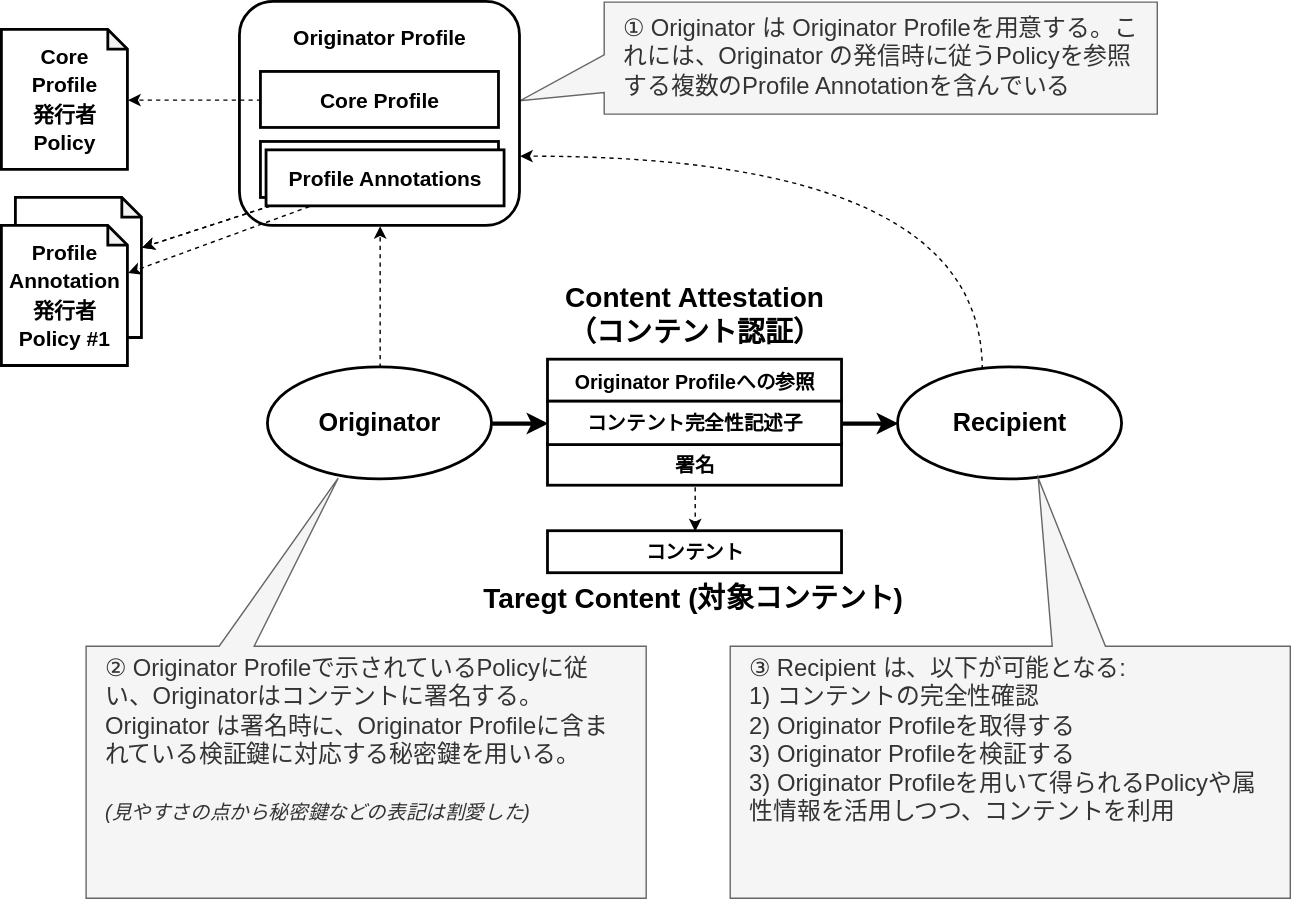
The draw.io diagram Drawings/Architecture-Content_Attestation.ja.drawio.svg in originator-profile/doc-opf-architectural-overview, before a commit. Source tidied: cells renumbered, new cells last; positions are measured from the earlier drawing's top-left corner, leaving out a move shared by most shapes.
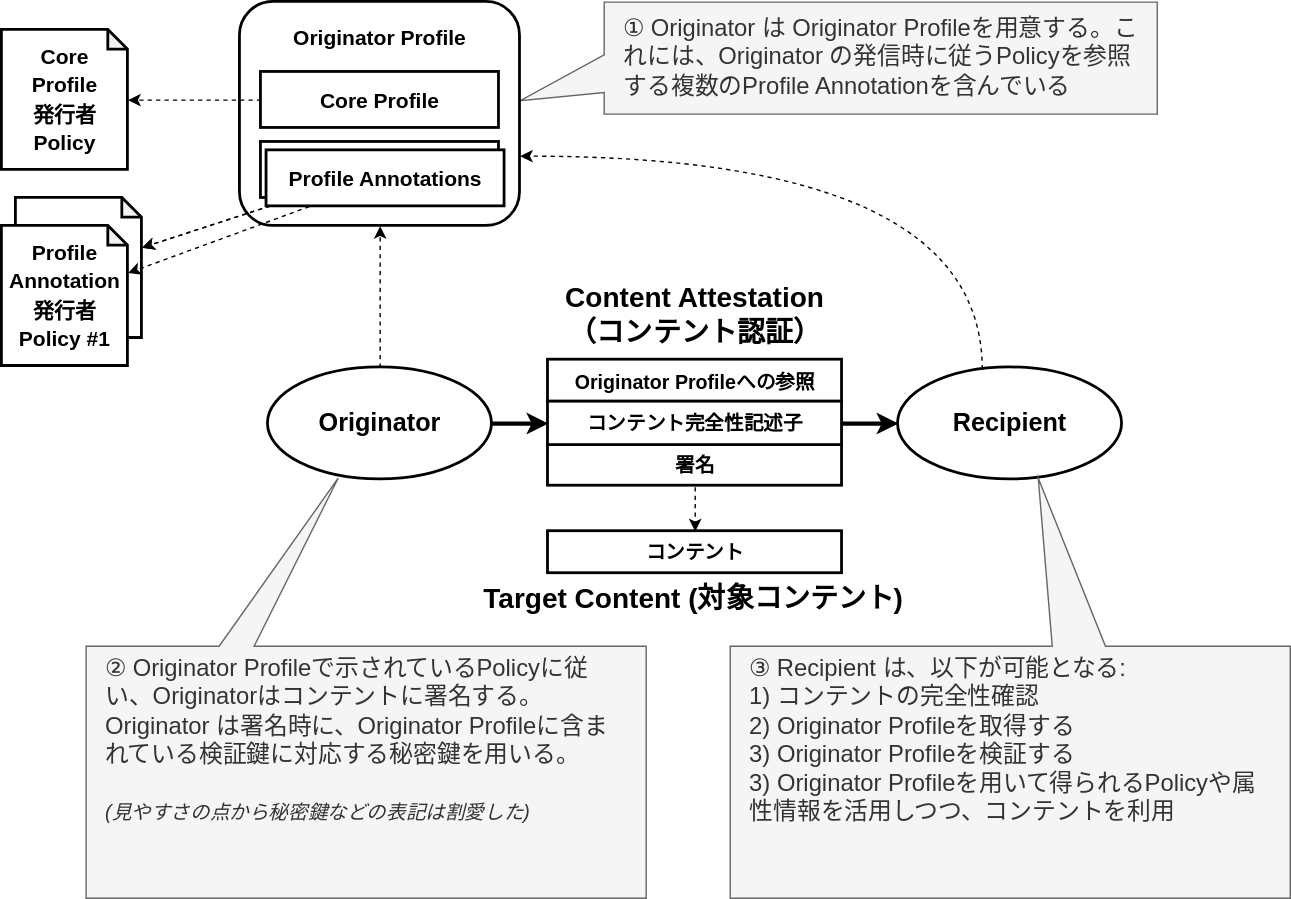
The same file after the commit.

Commit message:
Typo fix on CA drawings

Diff of the diagram source:
```diff
@@ -81,7 +81,7 @@
     <mxCell id="26" value="署名" style="rounded=0;whiteSpace=wrap;html=1;fontStyle=1;fontSize=14;strokeWidth=2;" parent="1" vertex="1">
       <mxGeometry x="390" y="315.5" width="210" height="30" as="geometry" />
     </mxCell>
-    <mxCell id="27" value="&lt;b&gt;Taregt Content (対象コンテント)&lt;/b&gt;" style="text;html=1;align=center;verticalAlign=middle;whiteSpace=wrap;rounded=0;fontSize=20;" parent="1" vertex="1">
+    <mxCell id="27" value="&lt;b&gt;Target Content (対象コンテント)&lt;/b&gt;" style="text;html=1;align=center;verticalAlign=middle;whiteSpace=wrap;rounded=0;fontSize=20;" parent="1" vertex="1">
       <mxGeometry x="339" y="410" width="310" height="30" as="geometry" />
     </mxCell>
     <mxCell id="28" style="endArrow=classic;html=1;rounded=0;entryX=0;entryY=0.5;entryDx=0;entryDy=0;strokeWidth=3;" parent="1" edge="1" source="3" target="29">
```
